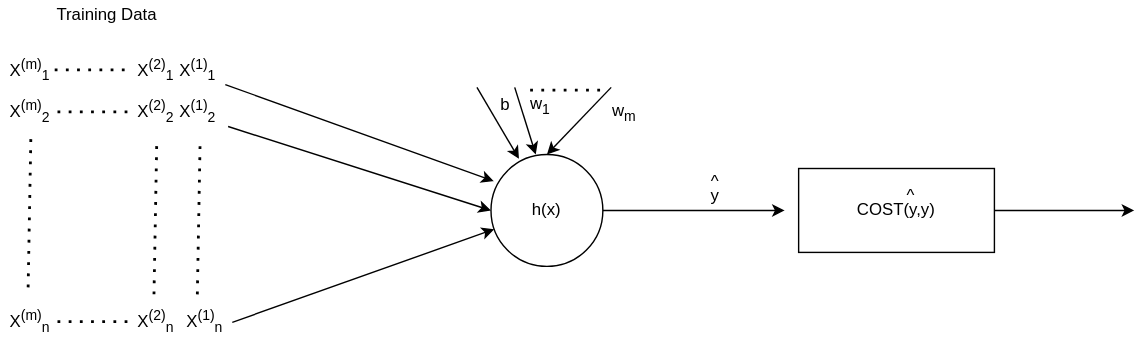
The draw.io diagram assets/images/supervised/validation-network.svg in ronen567/just-the-docs, before a commit. Source tidied: cells renumbered, new cells last; positions are measured from the earlier drawing's top-left corner, leaving out a move shared by most shapes. Source of this version:
```xml
<mxGraphModel>
  <root>
    <mxCell id="0" />
    <mxCell id="1" parent="0" />
    <mxCell id="2" value="h(x)" style="ellipse;whiteSpace=wrap;html=1;" parent="1" vertex="1">
      <mxGeometry x="350" y="110" width="80" height="80" as="geometry" />
    </mxCell>
    <mxCell id="3" style="endArrow=classic;html=1;entryX=0.025;entryY=0.238;entryDx=0;entryDy=0;entryPerimeter=0;exitX=1;exitY=0.833;exitDx=0;exitDy=0;exitPerimeter=0;" parent="1" edge="1" source="8" target="2">
      <mxGeometry relative="1" as="geometry" />
    </mxCell>
    <mxCell id="4" style="endArrow=classic;html=1;entryX=0;entryY=0.5;entryDx=0;entryDy=0;exitX=1.05;exitY=0.833;exitDx=0;exitDy=0;exitPerimeter=0;" parent="1" edge="1" source="6" target="2">
      <mxGeometry relative="1" as="geometry" />
    </mxCell>
    <mxCell id="5" style="endArrow=classic;html=1;exitX=1;exitY=0.5;exitDx=0;exitDy=0;exitPerimeter=0;" parent="1" edge="1" source="7" target="2">
      <mxGeometry relative="1" as="geometry" />
    </mxCell>
    <mxCell id="6" value="X&lt;sup&gt;(1)&lt;/sup&gt;&lt;sub&gt;2&lt;/sub&gt;" style="text;html=1;align=center;verticalAlign=middle;points=[];" parent="1" vertex="1">
      <mxGeometry x="120" y="65" width="40" height="30" as="geometry" />
    </mxCell>
    <mxCell id="7" value="X&lt;sup&gt;(1)&lt;/sup&gt;&lt;sub&gt;n&lt;/sub&gt;" style="text;html=1;align=center;verticalAlign=middle;points=[];" parent="1" vertex="1">
      <mxGeometry x="125" y="215" width="40" height="30" as="geometry" />
    </mxCell>
    <mxCell id="8" value="X&lt;sup&gt;(1)&lt;/sup&gt;&lt;sub&gt;1&lt;/sub&gt;" style="text;html=1;align=center;verticalAlign=middle;points=[];" parent="1" vertex="1">
      <mxGeometry x="120" y="35" width="40" height="30" as="geometry" />
    </mxCell>
    <mxCell id="9" value="X&lt;sup&gt;(2)&lt;/sup&gt;&lt;sub&gt;1&lt;/sub&gt;" style="text;html=1;align=center;verticalAlign=middle;" parent="1" vertex="1">
      <mxGeometry x="90" y="35" width="40" height="30" as="geometry" />
    </mxCell>
    <mxCell id="10" value="X&lt;sup&gt;(2)&lt;/sup&gt;&lt;sub&gt;2&lt;/sub&gt;" style="text;html=1;align=center;verticalAlign=middle;" parent="1" vertex="1">
      <mxGeometry x="90" y="65" width="40" height="30" as="geometry" />
    </mxCell>
    <mxCell id="11" value="X&lt;sup&gt;(2)&lt;/sup&gt;&lt;sub&gt;n&lt;/sub&gt;" style="text;html=1;align=center;verticalAlign=middle;" parent="1" vertex="1">
      <mxGeometry x="90" y="215" width="40" height="30" as="geometry" />
    </mxCell>
    <mxCell id="12" value="X&lt;sup&gt;(m)&lt;/sup&gt;&lt;sub&gt;1&lt;/sub&gt;" style="text;html=1;align=center;verticalAlign=middle;" parent="1" vertex="1">
      <mxGeometry y="35" width="40" height="30" as="geometry" />
    </mxCell>
    <mxCell id="13" value="X&lt;sup&gt;(m)&lt;/sup&gt;&lt;sub&gt;2&lt;/sub&gt;" style="text;html=1;align=center;verticalAlign=middle;" parent="1" vertex="1">
      <mxGeometry y="65" width="40" height="30" as="geometry" />
    </mxCell>
    <mxCell id="14" value="X&lt;sup&gt;(m)&lt;/sup&gt;&lt;sub&gt;n&lt;/sub&gt;" style="text;html=1;align=center;verticalAlign=middle;" parent="1" vertex="1">
      <mxGeometry y="215" width="40" height="30" as="geometry" />
    </mxCell>
    <mxCell id="15" style="endArrow=none;dashed=1;html=1;dashPattern=1 3;strokeWidth=2;entryX=0.55;entryY=1.167;entryDx=0;entryDy=0;entryPerimeter=0;" parent="1" edge="1" target="6">
      <mxGeometry relative="1" as="geometry">
        <mxPoint x="140" y="210" as="sourcePoint" />
      </mxGeometry>
    </mxCell>
    <mxCell id="16" style="endArrow=none;dashed=1;html=1;dashPattern=1 3;strokeWidth=2;entryX=0.55;entryY=1.167;entryDx=0;entryDy=0;entryPerimeter=0;" parent="1" edge="1">
      <mxGeometry relative="1" as="geometry">
        <mxPoint x="109" y="210" as="sourcePoint" />
        <mxPoint x="111" y="100" as="targetPoint" />
      </mxGeometry>
    </mxCell>
    <mxCell id="17" style="endArrow=none;dashed=1;html=1;dashPattern=1 3;strokeWidth=2;entryX=0.55;entryY=1.167;entryDx=0;entryDy=0;entryPerimeter=0;" parent="1" edge="1">
      <mxGeometry relative="1" as="geometry">
        <mxPoint x="19" y="205" as="sourcePoint" />
        <mxPoint x="21" y="95" as="targetPoint" />
      </mxGeometry>
    </mxCell>
    <mxCell id="18" style="endArrow=none;dashed=1;html=1;dashPattern=1 3;strokeWidth=2;entryX=0.55;entryY=1.167;entryDx=0;entryDy=0;entryPerimeter=0;" parent="1" edge="1">
      <mxGeometry relative="1" as="geometry">
        <mxPoint x="38" y="49.5" as="sourcePoint" />
        <mxPoint x="90" y="49.5" as="targetPoint" />
      </mxGeometry>
    </mxCell>
    <mxCell id="19" style="endArrow=none;dashed=1;html=1;dashPattern=1 3;strokeWidth=2;entryX=0.55;entryY=1.167;entryDx=0;entryDy=0;entryPerimeter=0;" parent="1" edge="1">
      <mxGeometry relative="1" as="geometry">
        <mxPoint x="40" y="79.5" as="sourcePoint" />
        <mxPoint x="92" y="79.5" as="targetPoint" />
      </mxGeometry>
    </mxCell>
    <mxCell id="20" style="endArrow=none;dashed=1;html=1;dashPattern=1 3;strokeWidth=2;entryX=0.55;entryY=1.167;entryDx=0;entryDy=0;entryPerimeter=0;" parent="1" edge="1">
      <mxGeometry relative="1" as="geometry">
        <mxPoint x="40" y="229.5" as="sourcePoint" />
        <mxPoint x="92" y="229.5" as="targetPoint" />
      </mxGeometry>
    </mxCell>
    <mxCell id="21" value="Training Data" style="text;html=1;align=center;verticalAlign=middle;" parent="1" vertex="1">
      <mxGeometry x="30" width="90" height="20" as="geometry" />
    </mxCell>
    <mxCell id="22" value="b" style="text;html=1;align=center;verticalAlign=middle;" parent="1" vertex="1">
      <mxGeometry x="350" y="65" width="20" height="20" as="geometry" />
    </mxCell>
    <mxCell id="23" value="w&lt;sub&gt;1&lt;/sub&gt;" style="text;html=1;align=center;verticalAlign=middle;" parent="1" vertex="1">
      <mxGeometry x="370" y="65" width="30" height="20" as="geometry" />
    </mxCell>
    <mxCell id="24" value="w&lt;sub&gt;m&lt;/sub&gt;" style="text;html=1;align=center;verticalAlign=middle;" parent="1" vertex="1">
      <mxGeometry x="430" y="70" width="30" height="20" as="geometry" />
    </mxCell>
    <mxCell id="25" value="COST(y,y)" style="rounded=0;whiteSpace=wrap;html=1;" parent="1" vertex="1">
      <mxGeometry x="570" y="120" width="140" height="60" as="geometry" />
    </mxCell>
    <mxCell id="26" value="y" style="text;html=1;align=center;verticalAlign=middle;" parent="1" vertex="1">
      <mxGeometry x="500" y="130" width="20" height="20" as="geometry" />
    </mxCell>
    <mxCell id="27" value="^" style="text;html=1;align=center;verticalAlign=middle;" parent="1" vertex="1">
      <mxGeometry x="500" y="120" width="20" height="20" as="geometry" />
    </mxCell>
    <mxCell id="28" style="endArrow=classic;html=1;exitX=1;exitY=0.5;exitDx=0;exitDy=0;" parent="1" edge="1" source="2">
      <mxGeometry relative="1" as="geometry">
        <mxPoint x="560" y="150" as="targetPoint" />
      </mxGeometry>
    </mxCell>
    <mxCell id="29" value="^" style="text;html=1;align=center;verticalAlign=middle;" parent="1" vertex="1">
      <mxGeometry x="640" y="130" width="20" height="20" as="geometry" />
    </mxCell>
    <mxCell id="30" style="endArrow=classic;html=1;exitX=0.083;exitY=1.033;exitDx=0;exitDy=0;exitPerimeter=0;entryX=0.25;entryY=0.038;entryDx=0;entryDy=0;entryPerimeter=0;" parent="1" edge="1" target="2">
      <mxGeometry relative="1" as="geometry">
        <mxPoint x="340" y="62" as="sourcePoint" />
      </mxGeometry>
    </mxCell>
    <mxCell id="31" style="endArrow=classic;html=1;exitX=0.308;exitY=1.033;exitDx=0;exitDy=0;exitPerimeter=0;entryX=0.4;entryY=0;entryDx=0;entryDy=0;entryPerimeter=0;" parent="1" edge="1" target="2">
      <mxGeometry relative="1" as="geometry">
        <mxPoint x="367" y="62" as="sourcePoint" />
      </mxGeometry>
    </mxCell>
    <mxCell id="32" style="endArrow=classic;html=1;exitX=0.883;exitY=1.033;exitDx=0;exitDy=0;entryX=0.5;entryY=0;entryDx=0;entryDy=0;exitPerimeter=0;" parent="1" edge="1" target="2">
      <mxGeometry relative="1" as="geometry">
        <mxPoint x="436" y="62" as="sourcePoint" />
      </mxGeometry>
    </mxCell>
    <mxCell id="33" style="endArrow=classic;html=1;exitX=1;exitY=0.5;exitDx=0;exitDy=0;" parent="1" edge="1" source="25">
      <mxGeometry relative="1" as="geometry">
        <mxPoint x="810" y="150" as="targetPoint" />
      </mxGeometry>
    </mxCell>
    <mxCell id="34" style="endArrow=none;dashed=1;html=1;dashPattern=1 3;strokeWidth=2;entryX=0.55;entryY=1.167;entryDx=0;entryDy=0;entryPerimeter=0;" parent="1" edge="1">
      <mxGeometry relative="1" as="geometry">
        <mxPoint x="378" y="64" as="sourcePoint" />
        <mxPoint x="430" y="64" as="targetPoint" />
      </mxGeometry>
    </mxCell>
  </root>
</mxGraphModel>
```
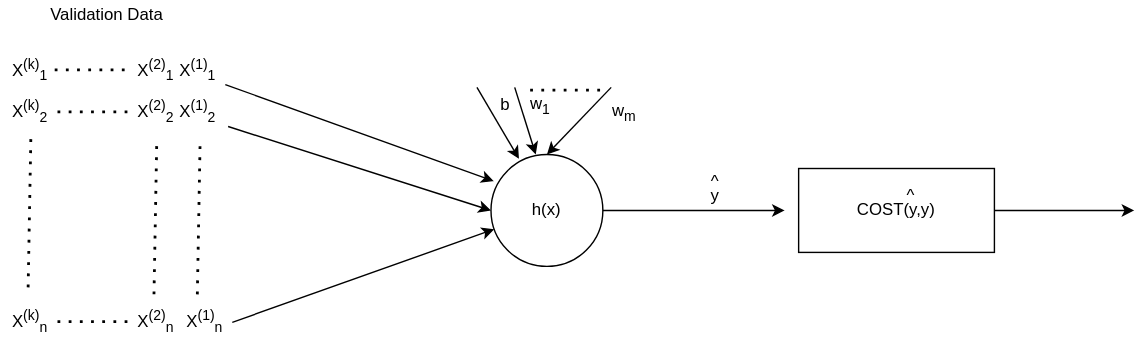
The same diagram one commit later.

The edit, as a diff of the source:
```diff
@@ -32,13 +32,13 @@
     <mxCell id="11" value="X&lt;sup&gt;(2)&lt;/sup&gt;&lt;sub&gt;n&lt;/sub&gt;" style="text;html=1;align=center;verticalAlign=middle;" parent="1" vertex="1">
       <mxGeometry x="90" y="215" width="40" height="30" as="geometry" />
     </mxCell>
-    <mxCell id="12" value="X&lt;sup&gt;(m)&lt;/sup&gt;&lt;sub&gt;1&lt;/sub&gt;" style="text;html=1;align=center;verticalAlign=middle;" parent="1" vertex="1">
+    <mxCell id="12" value="X&lt;sup&gt;(k)&lt;/sup&gt;&lt;sub&gt;1&lt;/sub&gt;" style="text;html=1;align=center;verticalAlign=middle;" parent="1" vertex="1">
       <mxGeometry y="35" width="40" height="30" as="geometry" />
     </mxCell>
-    <mxCell id="13" value="X&lt;sup&gt;(m)&lt;/sup&gt;&lt;sub&gt;2&lt;/sub&gt;" style="text;html=1;align=center;verticalAlign=middle;" parent="1" vertex="1">
+    <mxCell id="13" value="X&lt;sup&gt;(k)&lt;/sup&gt;&lt;sub&gt;2&lt;/sub&gt;" style="text;html=1;align=center;verticalAlign=middle;" parent="1" vertex="1">
       <mxGeometry y="65" width="40" height="30" as="geometry" />
     </mxCell>
-    <mxCell id="14" value="X&lt;sup&gt;(m)&lt;/sup&gt;&lt;sub&gt;n&lt;/sub&gt;" style="text;html=1;align=center;verticalAlign=middle;" parent="1" vertex="1">
+    <mxCell id="14" value="X&lt;sup&gt;(k)&lt;/sup&gt;&lt;sub&gt;n&lt;/sub&gt;" style="text;html=1;align=center;verticalAlign=middle;" parent="1" vertex="1">
       <mxGeometry y="215" width="40" height="30" as="geometry" />
     </mxCell>
     <mxCell id="15" style="endArrow=none;dashed=1;html=1;dashPattern=1 3;strokeWidth=2;entryX=0.55;entryY=1.167;entryDx=0;entryDy=0;entryPerimeter=0;" parent="1" edge="1" target="6">
@@ -76,8 +76,8 @@
         <mxPoint x="92" y="229.5" as="targetPoint" />
       </mxGeometry>
     </mxCell>
-    <mxCell id="21" value="Training Data" style="text;html=1;align=center;verticalAlign=middle;" parent="1" vertex="1">
-      <mxGeometry x="30" width="90" height="20" as="geometry" />
+    <mxCell id="21" value="Validation Data" style="text;html=1;align=center;verticalAlign=middle;" parent="1" vertex="1">
+      <mxGeometry x="25" width="100" height="20" as="geometry" />
     </mxCell>
     <mxCell id="22" value="b" style="text;html=1;align=center;verticalAlign=middle;" parent="1" vertex="1">
       <mxGeometry x="350" y="65" width="20" height="20" as="geometry" />
```
